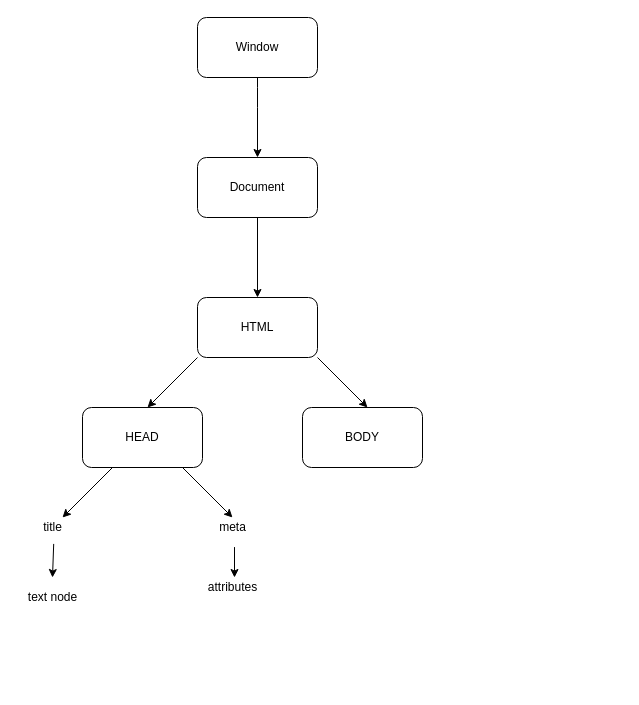
The draw.io diagram 06_DOM/DOM.drawio in anandku06/30daysJS, before the edit. Source tidied: cells renumbered, new cells numbered last; positions are measured from the earlier drawing's top-left corner, leaving out a move shared by most shapes. Both pictures are drawn from the tidied source at 100%, with x=0, y=0 at pixel (17, 17).
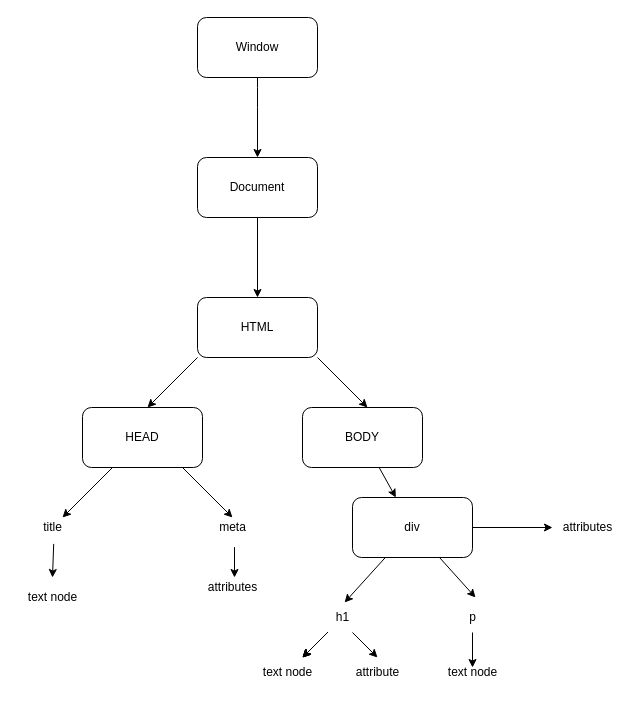
The same page after the edit.

Commit message:
Update DOM.drawio to enhance diagram structure and add new elements

The change refers to these unchanged cells:
```xml
<mxCell id="10" value="BODY" style="rounded=1;whiteSpace=wrap;html=1;" parent="1" vertex="1">
  <mxGeometry x="285" y="390" width="120" height="60" as="geometry" />
</mxCell>
```

The edit, as a diff of the source:
```diff
@@
+    <mxCell id="19" style="edgeStyle=none;html=1;" parent="1" edge="1" source="10" target="23">
+      <mxGeometry relative="1" as="geometry" />
+    </mxCell>
@@
+    <mxCell id="20" style="edgeStyle=none;html=1;" parent="1" edge="1" source="23">
+      <mxGeometry relative="1" as="geometry">
+        <mxPoint x="327.1" y="585" as="targetPoint" />
+      </mxGeometry>
+    </mxCell>
+    <mxCell id="21" style="edgeStyle=none;html=1;" parent="1" edge="1" source="23">
+      <mxGeometry relative="1" as="geometry">
+        <mxPoint x="458" y="580" as="targetPoint" />
+      </mxGeometry>
+    </mxCell>
+    <mxCell id="22" style="edgeStyle=none;html=1;" parent="1" edge="1" source="23">
+      <mxGeometry relative="1" as="geometry">
+        <mxPoint x="535" y="510" as="targetPoint" />
+      </mxGeometry>
+    </mxCell>
+    <mxCell id="23" value="div" style="rounded=1;whiteSpace=wrap;html=1;" parent="1" vertex="1">
+      <mxGeometry x="335" y="480" width="120" height="60" as="geometry" />
+    </mxCell>
+    <mxCell id="24" style="edgeStyle=none;html=1;" parent="1" edge="1" source="29" target="33">
+      <mxGeometry relative="1" as="geometry" />
+    </mxCell>
+    <mxCell id="25" style="edgeStyle=none;html=1;" parent="1" edge="1" source="29" target="33">
+      <mxGeometry relative="1" as="geometry" />
+    </mxCell>
+    <mxCell id="26" style="edgeStyle=none;html=1;" parent="1" edge="1" source="29" target="33">
+      <mxGeometry relative="1" as="geometry" />
+    </mxCell>
+    <mxCell id="27" style="edgeStyle=none;html=1;" parent="1" edge="1" source="29" target="33">
+      <mxGeometry relative="1" as="geometry" />
+    </mxCell>
+    <mxCell id="28" style="edgeStyle=none;html=1;" parent="1" edge="1" source="29" target="33">
+      <mxGeometry relative="1" as="geometry" />
+    </mxCell>
+    <mxCell id="29" value="h1&lt;br&gt;" style="text;html=1;align=center;verticalAlign=middle;points=[];strokeColor=none;fillColor=none;" parent="1" vertex="1">
+      <mxGeometry x="305" y="585" width="40" height="30" as="geometry" />
+    </mxCell>
+    <mxCell id="30" style="edgeStyle=none;html=1;" parent="1" edge="1" source="31">
+      <mxGeometry relative="1" as="geometry">
+        <mxPoint x="455" y="650" as="targetPoint" />
+      </mxGeometry>
+    </mxCell>
+    <mxCell id="31" value="p" style="text;html=1;align=center;verticalAlign=middle;points=[];strokeColor=none;fillColor=none;" parent="1" vertex="1">
+      <mxGeometry x="440" y="585" width="30" height="30" as="geometry" />
+    </mxCell>
+    <mxCell id="32" value="attributes" style="text;html=1;align=center;verticalAlign=middle;strokeColor=none;fillColor=none;" parent="1" vertex="1">
+      <mxGeometry x="535" y="495" width="70" height="30" as="geometry" />
+    </mxCell>
+    <mxCell id="33" value="text node" style="text;html=1;align=center;verticalAlign=middle;points=[];strokeColor=none;fillColor=none;" parent="1" vertex="1">
+      <mxGeometry x="235" y="640" width="70" height="30" as="geometry" />
+    </mxCell>
+    <mxCell id="34" value="attribute" style="text;html=1;align=center;verticalAlign=middle;strokeColor=none;fillColor=none;" parent="1" vertex="1">
+      <mxGeometry x="325" y="640" width="70" height="30" as="geometry" />
+    </mxCell>
+    <mxCell id="35" style="edgeStyle=none;html=1;" parent="1" edge="1">
+      <mxGeometry relative="1" as="geometry">
+        <mxPoint x="335" y="615" as="sourcePoint" />
+        <mxPoint x="360" y="640" as="targetPoint" />
+      </mxGeometry>
+    </mxCell>
+    <mxCell id="36" value="text node" style="text;html=1;align=center;verticalAlign=middle;strokeColor=none;fillColor=none;" parent="1" vertex="1">
+      <mxGeometry x="420" y="640" width="70" height="30" as="geometry" />
+    </mxCell>
```
